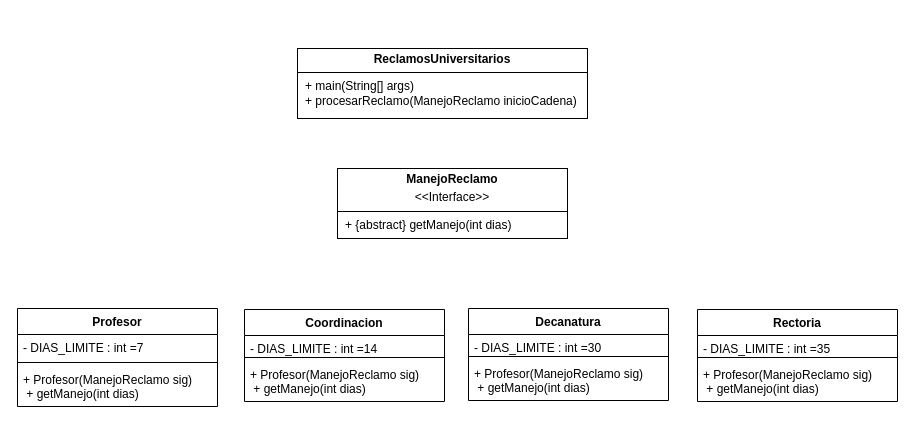
The draw.io diagram Chain_of_Responsibility.drawio in EsantiagoSC/Taller-2, before the edit. Source tidied: cells renumbered, new cells numbered last; positions are measured from the earlier drawing's top-left corner, leaving out a move shared by most shapes. Both pictures are drawn from the tidied source at 100%, with x=0, y=0 at pixel (17, 48).
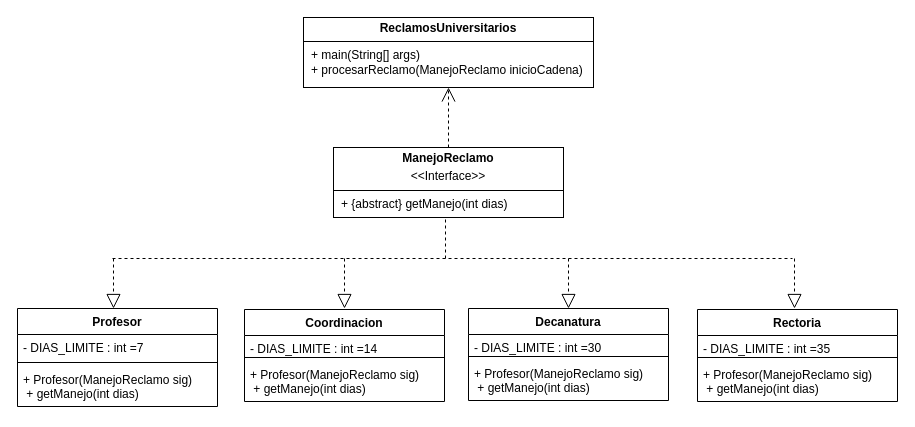
Above is the later version.

The change refers to these unchanged cells:
```xml
<mxCell id="10" value="Decanatura" style="swimlane;fontStyle=1;align=center;verticalAlign=top;horizontal=1;startSize=26;whiteSpace=wrap;html=1;" parent="1" vertex="1">
  <mxGeometry x="451" y="260" width="200" height="92" as="geometry" />
</mxCell>
```

Change to the diagram source:
```diff
@@
     <mxCell id="18" value="&lt;p style=&quot;margin: 4px 0px 0px; text-align: center;&quot;&gt;&lt;b&gt;ManejoReclamo&lt;/b&gt;&lt;/p&gt;&lt;p style=&quot;margin: 4px 0px 0px; text-align: center;&quot;&gt;&amp;lt;&amp;lt;Interface&amp;gt;&amp;gt;&lt;/p&gt;&lt;hr size=&quot;1&quot; style=&quot;border-style:solid;&quot;&gt;&lt;p style=&quot;margin:0px;margin-left:8px;&quot;&gt;+ {abstract} getManejo(int dias)&lt;/p&gt;" style="verticalAlign=top;align=left;overflow=fill;html=1;whiteSpace=wrap;" parent="1" vertex="1">
-      <mxGeometry x="320" y="120" width="230" height="70" as="geometry" />
+      <mxGeometry x="316" y="99" width="230" height="70" as="geometry" />
     </mxCell>
     <mxCell id="19" value="&lt;p style=&quot;margin: 4px 0px 0px; text-align: center;&quot;&gt;&lt;b&gt;ReclamosUniversitarios&lt;/b&gt;&lt;/p&gt;&lt;hr size=&quot;1&quot; style=&quot;border-style:solid;&quot;&gt;&lt;p style=&quot;margin:0px;margin-left:8px;&quot;&gt;+ main(String[] args)&lt;/p&gt;&lt;p style=&quot;margin:0px;margin-left:8px;&quot;&gt;&lt;span style=&quot;background-color: transparent; color: light-dark(rgb(0, 0, 0), rgb(255, 255, 255));&quot;&gt;+ procesarReclamo(ManejoReclamo inicioCadena)&lt;/span&gt;&lt;/p&gt;" style="verticalAlign=top;align=left;overflow=fill;html=1;whiteSpace=wrap;" parent="1" vertex="1">
-      <mxGeometry x="280" width="290" height="70" as="geometry" />
+      <mxGeometry x="286" y="-31" width="290" height="70" as="geometry" />
     </mxCell>
+    <mxCell id="20" style="endArrow=open;endSize=12;dashed=1;html=1;rounded=0;exitX=0.5;exitY=0;exitDx=0;exitDy=0;" parent="1" edge="1" source="18" target="19">
+      <mxGeometry relative="1" as="geometry" />
+    </mxCell>
+    <mxCell id="21" style="endArrow=block;dashed=1;endFill=0;endSize=12;html=1;rounded=0;" parent="1" edge="1" target="10">
+      <mxGeometry relative="1" as="geometry">
+        <mxPoint x="551" y="210" as="sourcePoint" />
+        <Array as="points">
+          <mxPoint x="551" y="260" />
+        </Array>
+      </mxGeometry>
+    </mxCell>
+    <mxCell id="22" style="endArrow=block;dashed=1;endFill=0;endSize=12;html=1;rounded=0;" parent="1" edge="1">
+      <mxGeometry relative="1" as="geometry">
+        <mxPoint x="777" y="210" as="sourcePoint" />
+        <mxPoint x="777" y="260" as="targetPoint" />
+        <Array as="points">
+          <mxPoint x="777" y="260" />
+        </Array>
+      </mxGeometry>
+    </mxCell>
+    <mxCell id="23" style="endArrow=block;dashed=1;endFill=0;endSize=12;html=1;rounded=0;" parent="1" edge="1">
+      <mxGeometry relative="1" as="geometry">
+        <mxPoint x="327" y="210" as="sourcePoint" />
+        <mxPoint x="327" y="260" as="targetPoint" />
+        <Array as="points">
+          <mxPoint x="327" y="260" />
+        </Array>
+      </mxGeometry>
+    </mxCell>
+    <mxCell id="24" style="endArrow=block;dashed=1;endFill=0;endSize=12;html=1;rounded=0;" parent="1" edge="1">
+      <mxGeometry relative="1" as="geometry">
+        <mxPoint x="96" y="210" as="sourcePoint" />
+        <mxPoint x="96" y="260" as="targetPoint" />
+        <Array as="points">
+          <mxPoint x="96" y="260" />
+        </Array>
+      </mxGeometry>
+    </mxCell>
+    <mxCell id="25" style="endArrow=none;dashed=1;html=1;rounded=0;" parent="1" edge="1">
+      <mxGeometry relative="1" as="geometry">
+        <mxPoint x="95" y="210" as="sourcePoint" />
+        <mxPoint x="775" y="210" as="targetPoint" />
+      </mxGeometry>
+    </mxCell>
+    <mxCell id="26" style="endArrow=none;dashed=1;html=1;rounded=0;" parent="1" edge="1">
+      <mxGeometry relative="1" as="geometry">
+        <mxPoint x="428" y="210" as="sourcePoint" />
+        <mxPoint x="428" y="170" as="targetPoint" />
+      </mxGeometry>
+    </mxCell>
```
